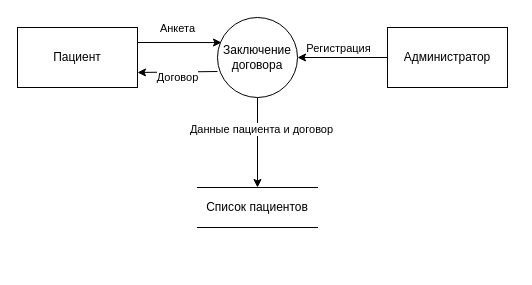
Above: Task1/dfd-registration.drawio in mikhel1984/architecture-medikamente (draw.io), before the change. Source tidied: cells renumbered, new cells numbered last; positions are measured from the earlier drawing's top-left corner, leaving out a move shared by most shapes. Both pictures are drawn from the tidied source at 100%, with x=0, y=0 at pixel (17, 17).
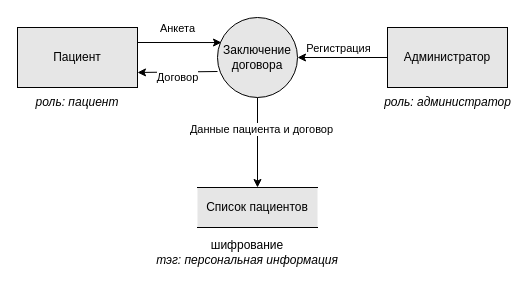
After the change.

Change to the diagram source:
```diff
@@
 <mxGraphModel>
   <root>
     <mxCell id="0" />
     <mxCell id="1" parent="0" />
-    <mxCell id="2" value="Пациент" style="rounded=0;whiteSpace=wrap;html=1;" parent="1" vertex="1">
+    <mxCell id="2" value="Пациент" style="rounded=0;whiteSpace=wrap;html=1;fillColor=#E6E6E6;" parent="1" vertex="1">
       <mxGeometry y="10" width="120" height="60" as="geometry" />
     </mxCell>
     <mxCell id="3" style="edgeStyle=orthogonalEdgeStyle;rounded=0;jettySize=auto;html=1;exitX=0.5;exitY=1;exitDx=0;exitDy=0;entryX=0.5;entryY=0;entryDx=0;entryDy=0;" parent="1" edge="1" source="5" target="9">
       <mxGeometry relative="1" as="geometry" />
     </mxCell>
     <mxCell id="4" value="Данные пациента и договор" style="edgeLabel;html=1;align=center;verticalAlign=middle;" parent="3" vertex="1">
       <mxGeometry x="-0.31" y="3" relative="1" as="geometry" />
     </mxCell>
-    <mxCell id="5" value="Заключение договора" style="ellipse;whiteSpace=wrap;html=1;" parent="1" vertex="1">
+    <mxCell id="5" value="Заключение договора" style="ellipse;whiteSpace=wrap;html=1;fillColor=#E6E6E6;" parent="1" vertex="1">
       <mxGeometry x="200" width="80" height="80" as="geometry" />
     </mxCell>
     <mxCell id="6" style="edgeStyle=orthogonalEdgeStyle;rounded=0;jettySize=auto;html=1;exitX=0;exitY=0.5;exitDx=0;exitDy=0;entryX=1;entryY=0.5;entryDx=0;entryDy=0;" parent="1" edge="1" source="8" target="5">
       <mxGeometry relative="1" as="geometry" />
     </mxCell>
     <mxCell id="7" value="Регистрация" style="edgeLabel;html=1;align=center;verticalAlign=middle;" parent="6" vertex="1">
       <mxGeometry x="0.36" y="-2" relative="1" as="geometry">
         <mxPoint x="11" y="-8" as="offset" />
       </mxGeometry>
     </mxCell>
-    <mxCell id="8" value="Администратор" style="rounded=0;whiteSpace=wrap;html=1;" parent="1" vertex="1">
+    <mxCell id="8" value="Администратор" style="rounded=0;whiteSpace=wrap;html=1;fillColor=#E6E6E6;" parent="1" vertex="1">
       <mxGeometry x="370" y="10" width="120" height="60" as="geometry" />
     </mxCell>
-    <mxCell id="9" value="Список пациентов" style="shape=partialRectangle;whiteSpace=wrap;html=1;left=0;right=0;fillColor=none;" parent="1" vertex="1">
+    <mxCell id="9" value="Список пациентов" style="shape=partialRectangle;whiteSpace=wrap;html=1;left=0;right=0;fillColor=#E6E6E6;" parent="1" vertex="1">
       <mxGeometry x="180" y="170" width="120" height="40" as="geometry" />
     </mxCell>
     <mxCell id="10" style="edgeStyle=orthogonalEdgeStyle;rounded=0;jettySize=auto;html=1;exitX=1;exitY=0.25;exitDx=0;exitDy=0;entryX=0.05;entryY=0.313;entryDx=0;entryDy=0;entryPerimeter=0;" parent="1" edge="1" source="2" target="5">
       <mxGeometry relative="1" as="geometry" />
     </mxCell>
     <mxCell id="11" value="Анкета" style="edgeLabel;html=1;align=center;verticalAlign=middle;" parent="10" vertex="1">
       <mxGeometry x="-0.52" relative="1" as="geometry">
         <mxPoint x="20" y="-15" as="offset" />
       </mxGeometry>
     </mxCell>
     <mxCell id="12" style="endArrow=classic;html=1;rounded=0;exitX=0;exitY=0.675;exitDx=0;exitDy=0;entryX=1;entryY=0.75;entryDx=0;entryDy=0;exitPerimeter=0;" parent="1" edge="1" source="5" target="2">
       <mxGeometry relative="1" as="geometry" />
     </mxCell>
     <mxCell id="13" value="Договор" style="edgeLabel;html=1;align=center;verticalAlign=middle;" parent="12" vertex="1">
       <mxGeometry x="0.07" y="-2" relative="1" as="geometry">
         <mxPoint x="3" y="7" as="offset" />
       </mxGeometry>
     </mxCell>
+    <mxCell id="14" value="шифрование&lt;div&gt;&lt;i&gt;тэг: персональная информация&lt;/i&gt;&lt;/div&gt;" style="text;html=1;whiteSpace=wrap;strokeColor=none;fillColor=none;align=center;verticalAlign=middle;rounded=0;" parent="1" vertex="1">
+      <mxGeometry x="130" y="220" width="200" height="30" as="geometry" />
+    </mxCell>
+    <mxCell id="15" value="&lt;i&gt;роль: администратор&lt;/i&gt;" style="text;html=1;whiteSpace=wrap;strokeColor=none;fillColor=none;align=center;verticalAlign=middle;rounded=0;" parent="1" vertex="1">
+      <mxGeometry x="362.5" y="70" width="135" height="30" as="geometry" />
+    </mxCell>
+    <mxCell id="16" value="&lt;i&gt;роль: пациент&lt;/i&gt;" style="text;html=1;whiteSpace=wrap;strokeColor=none;fillColor=none;align=center;verticalAlign=middle;rounded=0;" parent="1" vertex="1">
+      <mxGeometry x="10" y="70" width="100" height="30" as="geometry" />
+    </mxCell>
   </root>
 </mxGraphModel>
```
